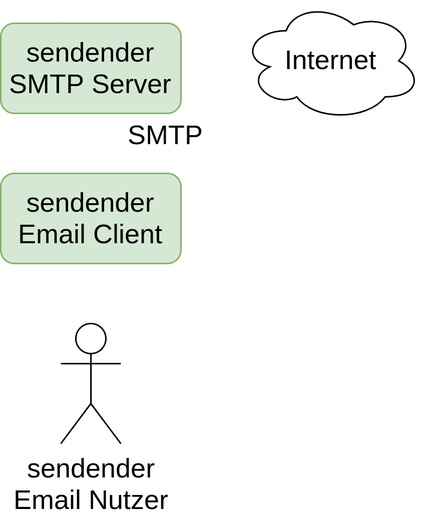
Earlier version of the draw.io export vortrag/media/mail-server-connection-04.png (noahvogt/texdiary). Source tidied: cells renumbered, new cells last; positions are measured from the earlier drawing's top-left corner, leaving out a move shared by most shapes. Source of this version:
```xml
<mxGraphModel>
  <root>
    <mxCell id="0" />
    <mxCell id="1" parent="0" />
    <mxCell id="2" value="&lt;font style=&quot;font-size: 18px&quot;&gt;sendender&lt;br&gt;Email Nutzer&lt;/font&gt;" style="shape=umlActor;verticalLabelPosition=bottom;verticalAlign=top;html=1;" parent="1" vertex="1">
      <mxGeometry x="40" y="215" width="40" height="80" as="geometry" />
    </mxCell>
    <mxCell id="3" value="&lt;font style=&quot;font-size: 18px&quot;&gt;sendender&lt;br&gt;Email Client&lt;/font&gt;" style="rounded=1;whiteSpace=wrap;html=1;fillColor=#d5e8d4;strokeColor=#82b366;" parent="1" vertex="1">
      <mxGeometry y="115" width="120" height="60" as="geometry" />
    </mxCell>
    <mxCell id="4" value="&lt;font style=&quot;font-size: 18px&quot;&gt;sendender&lt;br&gt;SMTP Server&lt;/font&gt;" style="rounded=1;whiteSpace=wrap;html=1;fillColor=#d5e8d4;strokeColor=#82b366;" parent="1" vertex="1">
      <mxGeometry y="15" width="120" height="60" as="geometry" />
    </mxCell>
    <mxCell id="5" value="SMTP" style="text;html=1;strokeColor=none;fillColor=none;align=center;verticalAlign=middle;whiteSpace=wrap;rounded=0;fontSize=18;" parent="1" vertex="1">
      <mxGeometry x="80" y="75" width="60" height="30" as="geometry" />
    </mxCell>
    <mxCell id="6" value="Internet" style="ellipse;shape=cloud;whiteSpace=wrap;html=1;fontSize=18;" parent="1" vertex="1">
      <mxGeometry x="160" width="120" height="80" as="geometry" />
    </mxCell>
  </root>
</mxGraphModel>
```
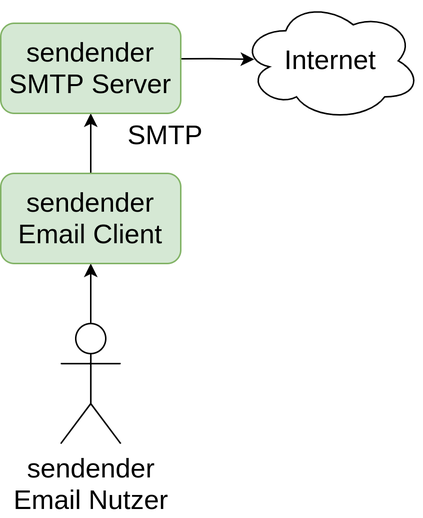
After the commit.

Change to the diagram source:
```diff
@@ -2,20 +2,29 @@
   <root>
     <mxCell id="0" />
     <mxCell id="1" parent="0" />
-    <mxCell id="2" value="&lt;font style=&quot;font-size: 18px&quot;&gt;sendender&lt;br&gt;Email Nutzer&lt;/font&gt;" style="shape=umlActor;verticalLabelPosition=bottom;verticalAlign=top;html=1;" parent="1" vertex="1">
-      <mxGeometry x="40" y="215" width="40" height="80" as="geometry" />
+    <mxCell id="2" style="edgeStyle=orthogonalEdgeStyle;rounded=0;jettySize=auto;html=1;entryX=0.5;entryY=1;entryDx=0;entryDy=0;" parent="1" edge="1" source="3" target="5">
+      <mxGeometry relative="1" as="geometry" />
     </mxCell>
-    <mxCell id="3" value="&lt;font style=&quot;font-size: 18px&quot;&gt;sendender&lt;br&gt;Email Client&lt;/font&gt;" style="rounded=1;whiteSpace=wrap;html=1;fillColor=#d5e8d4;strokeColor=#82b366;" parent="1" vertex="1">
-      <mxGeometry y="115" width="120" height="60" as="geometry" />
+    <mxCell id="3" value="&lt;font style=&quot;font-size: 18px&quot;&gt;sendender&lt;br&gt;Email Nutzer&lt;/font&gt;" style="shape=umlActor;verticalLabelPosition=bottom;verticalAlign=top;html=1;outlineConnect=0;" parent="1" vertex="1">
+      <mxGeometry x="40" y="215" width="40" height="80" as="geometry" />
     </mxCell>
-    <mxCell id="4" value="&lt;font style=&quot;font-size: 18px&quot;&gt;sendender&lt;br&gt;SMTP Server&lt;/font&gt;" style="rounded=1;whiteSpace=wrap;html=1;fillColor=#d5e8d4;strokeColor=#82b366;" parent="1" vertex="1">
-      <mxGeometry y="15" width="120" height="60" as="geometry" />
+    <mxCell id="4" style="edgeStyle=orthogonalEdgeStyle;rounded=0;jettySize=auto;html=1;entryX=0.5;entryY=1;entryDx=0;entryDy=0;fontSize=18;" parent="1" edge="1" source="5" target="7">
+      <mxGeometry relative="1" as="geometry" />
     </mxCell>
-    <mxCell id="5" value="SMTP" style="text;html=1;strokeColor=none;fillColor=none;align=center;verticalAlign=middle;whiteSpace=wrap;rounded=0;fontSize=18;" parent="1" vertex="1">
-      <mxGeometry x="80" y="75" width="60" height="30" as="geometry" />
+    <mxCell id="5" value="&lt;font style=&quot;font-size: 18px&quot;&gt;sendender&lt;br&gt;Email Client&lt;/font&gt;" style="rounded=1;whiteSpace=wrap;html=1;fillColor=#d5e8d4;strokeColor=#82b366;" parent="1" vertex="1">
+      <mxGeometry y="115" width="120" height="60" as="geometry" />
     </mxCell>
-    <mxCell id="6" value="Internet" style="ellipse;shape=cloud;whiteSpace=wrap;html=1;fontSize=18;" parent="1" vertex="1">
-      <mxGeometry x="160" width="120" height="80" as="geometry" />
+    <mxCell id="6" style="edgeStyle=orthogonalEdgeStyle;rounded=0;jettySize=auto;html=1;entryX=0.075;entryY=0.488;entryDx=0;entryDy=0;entryPerimeter=0;fontSize=18;exitX=0.998;exitY=0.394;exitDx=0;exitDy=0;exitPerimeter=0;" parent="1" edge="1" source="7" target="9">
+      <mxGeometry relative="1" as="geometry" />
     </mxCell>
+    <mxCell id="7" value="&lt;font style=&quot;font-size: 18px&quot;&gt;sendender&lt;br&gt;SMTP Server&lt;/font&gt;" style="rounded=1;whiteSpace=wrap;html=1;fillColor=#d5e8d4;strokeColor=#82b366;" parent="1" vertex="1">
+      <mxGeometry y="15" width="120" height="60" as="geometry" />
+    </mxCell>
+    <mxCell id="8" value="SMTP" style="text;html=1;strokeColor=none;fillColor=none;align=center;verticalAlign=middle;whiteSpace=wrap;rounded=0;fontSize=18;" parent="1" vertex="1">
+      <mxGeometry x="80" y="75" width="60" height="30" as="geometry" />
+    </mxCell>
+    <mxCell id="9" value="Internet" style="ellipse;shape=cloud;whiteSpace=wrap;html=1;fontSize=18;" parent="1" vertex="1">
+      <mxGeometry x="160" width="120" height="80" as="geometry" />
+    </mxCell>
   </root>
 </mxGraphModel>
```
